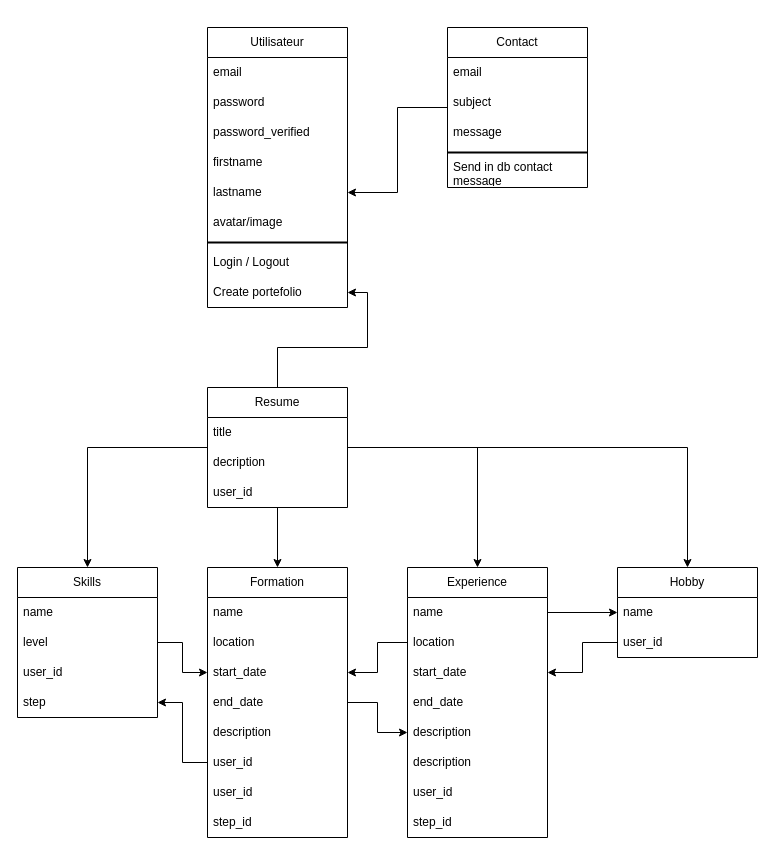
Before: schema_bdd.drawio in Sanosuke95/portfolio_cvapp, a draw.io diagram. Source tidied: cells renumbered, new cells numbered last; positions are measured from the earlier drawing's top-left corner, leaving out a move shared by most shapes. Both pictures are drawn from the tidied source at 100%, with x=0, y=0 at pixel (17, 27).
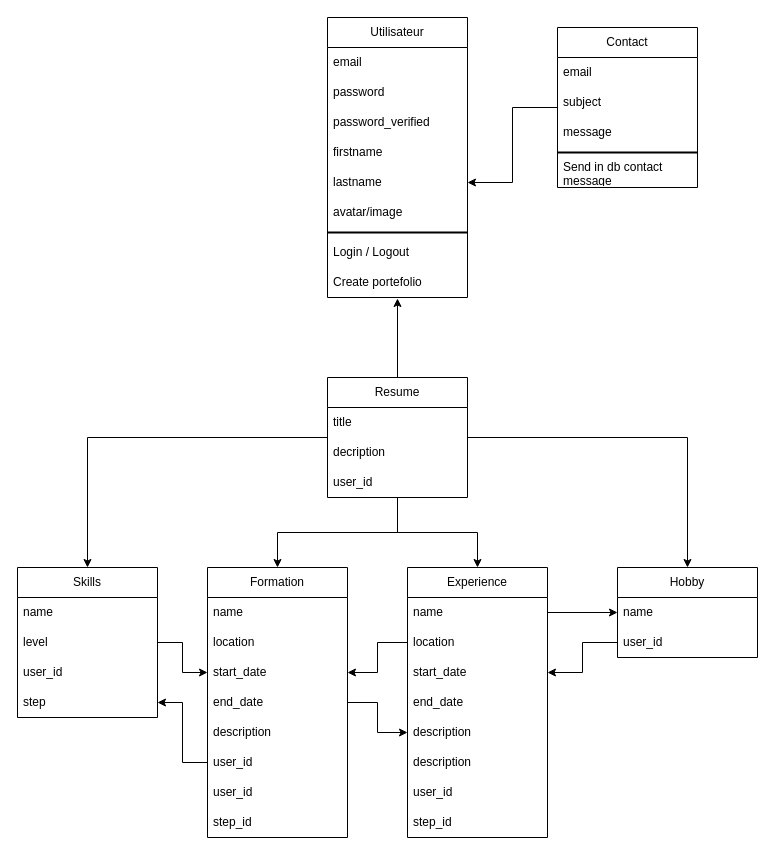
Above is the later version.

Commit message:
nettoyage du schema

The change refers to these unchanged cells:
```xml
<mxCell id="11" value="Create portefolio" style="text;strokeColor=none;fillColor=none;align=left;verticalAlign=middle;spacingLeft=4;spacingRight=4;overflow=hidden;points=[[0,0.5],[1,0.5]];portConstraint=eastwest;whiteSpace=wrap;html=1;" parent="2" vertex="1">
  <mxGeometry y="250" width="140" height="30" as="geometry" />
</mxCell>
```

Diff of the diagram source:
```diff
@@
     <mxCell id="2" value="Utilisateur" style="swimlane;fontStyle=0;horizontal=1;startSize=30;whiteSpace=wrap;html=1;verticalAlign=middle;" parent="1" vertex="1">
-      <mxGeometry x="190" width="140" height="280" as="geometry" />
+      <mxGeometry x="310" y="-10" width="140" height="280" as="geometry" />
     </mxCell>
@@
     <mxCell id="13" value="Contact" style="swimlane;fontStyle=0;horizontal=1;startSize=30;whiteSpace=wrap;html=1;" parent="1" vertex="1">
-      <mxGeometry x="430" width="140" height="160" as="geometry" />
+      <mxGeometry x="540" width="140" height="160" as="geometry" />
     </mxCell>
@@
-    <mxCell id="19" style="edgeStyle=orthogonalEdgeStyle;rounded=0;jettySize=auto;html=1;" parent="1" edge="1" source="24" target="11">
-      <mxGeometry relative="1" as="geometry" />
-    </mxCell>
@@
+    <mxCell id="19" style="edgeStyle=orthogonalEdgeStyle;rounded=0;jettySize=auto;html=1;entryX=0.5;entryY=1.033;entryDx=0;entryDy=0;entryPerimeter=0;" parent="1" edge="1" source="24" target="11">
+      <mxGeometry relative="1" as="geometry" />
+    </mxCell>
     <mxCell id="24" value="Resume" style="swimlane;fontStyle=0;horizontal=1;startSize=30;whiteSpace=wrap;html=1;" parent="1" vertex="1">
-      <mxGeometry x="190" y="360" width="140" height="120" as="geometry" />
+      <mxGeometry x="310" y="350" width="140" height="120" as="geometry" />
     </mxCell>
```
